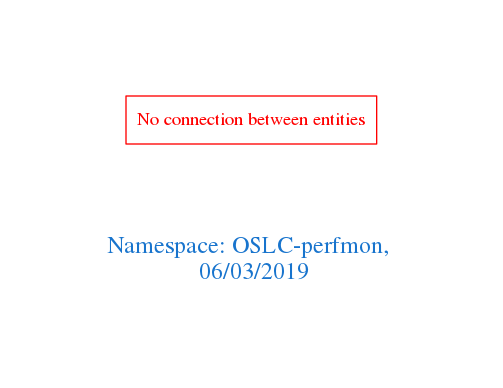
The Graphviz diagram downloads/OSLC-perfmon.png in arago/OGIT, before a commit. Its source is kept beside it as downloads/OSLC-perfmon.dot. Source of this version:
```dot
digraph OGIT_ontology {
 graph [ rankdir= LR,pad=1
fontsize = 18,
fontcolor= dodgerblue3,label = "\n\n\nNamespace: OSLC-perfmon, \n 06/03/2019"];
node[shape=polygon];
edge [  color="gray81"];

"No connection between entities" [fontcolor = "red",color="red", shape="polygon"]
}
```
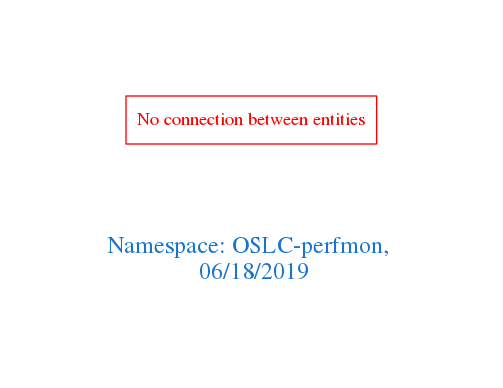
Later version of the same file.

Change to the diagram source:
```diff
@@ -1,7 +1,7 @@
 digraph OGIT_ontology {
  graph [ rankdir= LR,pad=1
 fontsize = 18,
-fontcolor= dodgerblue3,label = "\n\n\nNamespace: OSLC-perfmon, \n 06/03/2019"];
+fontcolor= dodgerblue3,label = "\n\n\nNamespace: OSLC-perfmon, \n 06/18/2019"];
 node[shape=polygon];
 edge [  color="gray81"];
 
```
